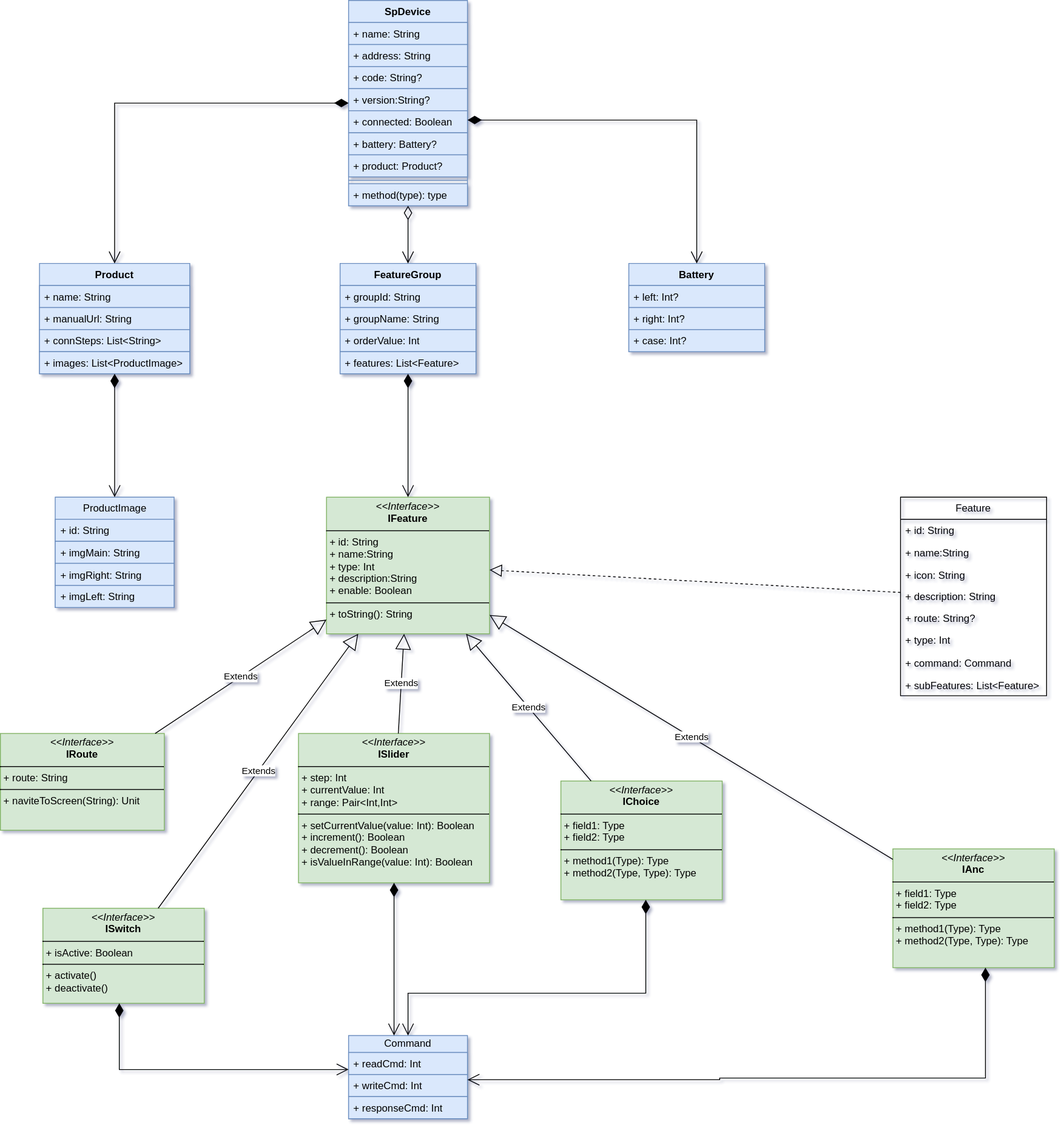
The draw.io diagram 未命名绘图.drawio.svg in kekemao00/draw-libs, before a commit. Source tidied: cells renumbered, new cells last; positions are measured from the earlier drawing's top-left corner, leaving out a move shared by most shapes.
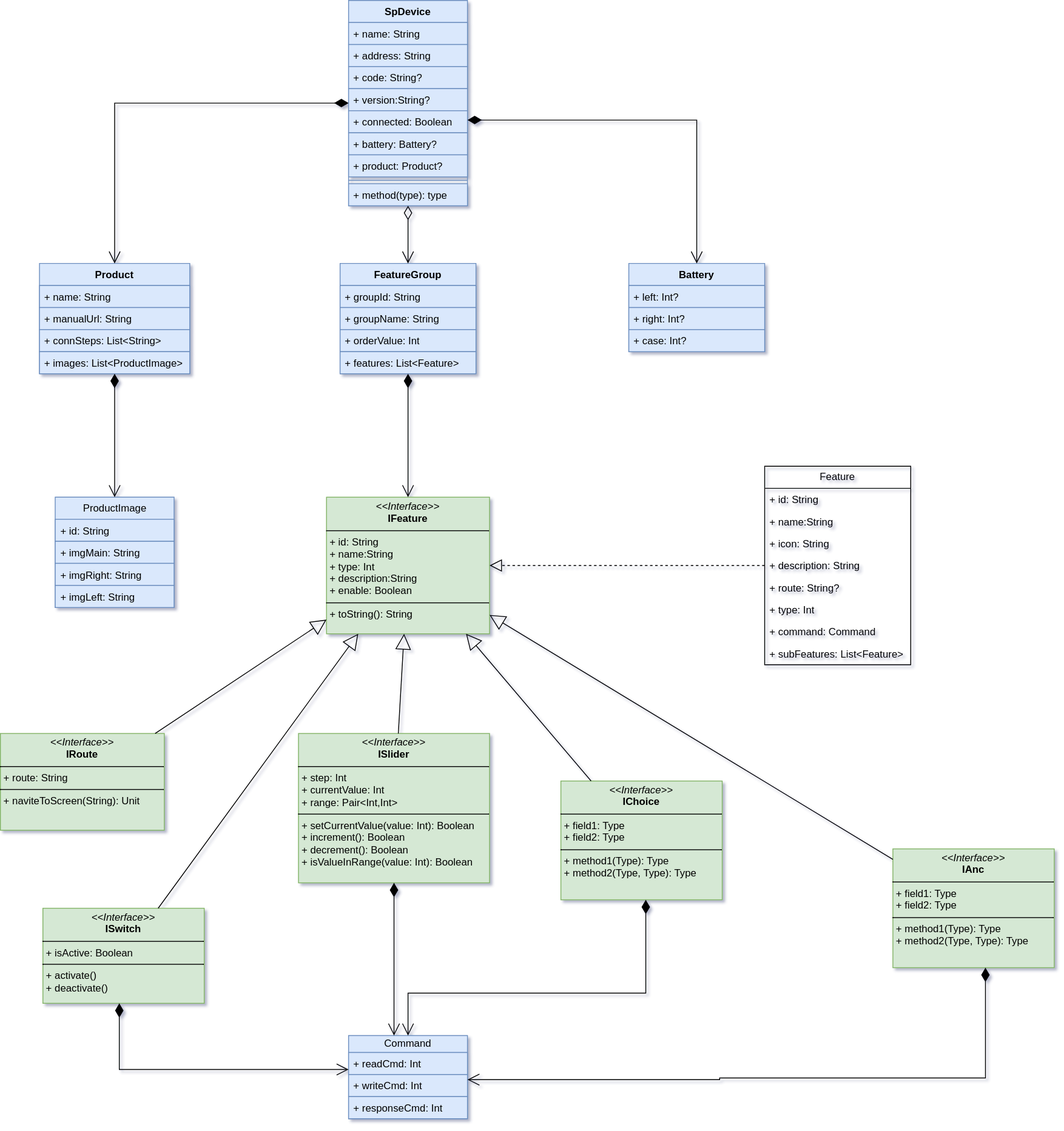
The same file after the commit.

Commit message:
更新未命名绘图.drawio.svg

Change to the diagram source:
```diff
@@ -90,7 +90,7 @@
       <mxGeometry y="104" width="160" height="26" as="geometry" />
     </mxCell>
     <mxCell id="31" value="Feature" style="swimlane;fontStyle=0;horizontal=1;startSize=26;fillColor=none;whiteSpace=wrap;html=1;" parent="1" vertex="1">
-      <mxGeometry x="1060" y="585.5" width="172" height="234" as="geometry" />
+      <mxGeometry x="900" y="549" width="172" height="234" as="geometry" />
     </mxCell>
     <mxCell id="32" value="+ id: String" style="text;strokeColor=none;fillColor=none;align=left;verticalAlign=top;spacingLeft=4;spacingRight=4;overflow=hidden;whiteSpace=wrap;html=1;" parent="31" vertex="1">
       <mxGeometry y="26" width="172" height="26" as="geometry" />
@@ -169,20 +169,20 @@
     <mxCell id="55" style="endArrow=open;html=1;endSize=12;startArrow=diamondThin;startSize=14;startFill=1;edgeStyle=orthogonalEdgeStyle;align=left;verticalAlign=bottom;rounded=0;" parent="1" edge="1" source="26" target="44">
       <mxGeometry x="-1" y="3" relative="1" as="geometry" />
     </mxCell>
-    <mxCell id="56" value="Extends" style="endArrow=block;endSize=16;endFill=0;html=1;rounded=0;" parent="1" edge="1" source="45" target="44">
+    <mxCell id="56" style="endArrow=block;endSize=16;endFill=0;html=1;rounded=0;" parent="1" edge="1" source="45" target="44">
       <mxGeometry relative="1" as="geometry" />
     </mxCell>
-    <mxCell id="57" value="Extends" style="endArrow=block;endSize=16;endFill=0;html=1;rounded=0;" parent="1" edge="1" source="49" target="44">
+    <mxCell id="57" style="endArrow=block;endSize=16;endFill=0;html=1;rounded=0;" parent="1" edge="1" source="49" target="44">
       <mxGeometry relative="1" as="geometry" />
     </mxCell>
-    <mxCell id="58" value="Extends" style="endArrow=block;endSize=16;endFill=0;html=1;rounded=0;" parent="1" edge="1" source="50" target="44">
-      <mxGeometry relative="1" as="geometry" />
+    <mxCell id="58" style="endArrow=block;endSize=16;endFill=0;html=1;rounded=0;" parent="1" edge="1" source="50" target="44">
+      <mxGeometry x="0.01" relative="1" as="geometry" />
     </mxCell>
-    <mxCell id="59" value="Extends" style="endArrow=block;endSize=16;endFill=0;html=1;rounded=0;" parent="1" edge="1" source="47" target="44">
+    <mxCell id="59" style="endArrow=block;endSize=16;endFill=0;html=1;rounded=0;" parent="1" edge="1" source="47" target="44">
       <mxGeometry relative="1" as="geometry" />
     </mxCell>
-    <mxCell id="60" value="Extends" style="endArrow=block;endSize=16;endFill=0;html=1;rounded=0;" parent="1" edge="1" source="46" target="44">
-      <mxGeometry relative="1" as="geometry" />
+    <mxCell id="60" style="endArrow=block;endSize=16;endFill=0;html=1;rounded=0;" parent="1" edge="1" source="46" target="44">
+      <mxGeometry x="-0.02" y="-8" relative="1" as="geometry" />
     </mxCell>
     <mxCell id="61" style="endArrow=open;html=1;endSize=12;startArrow=diamondThin;startSize=14;startFill=1;edgeStyle=orthogonalEdgeStyle;align=left;verticalAlign=bottom;rounded=0;" parent="1" edge="1" source="46" target="40">
       <mxGeometry x="-1" y="3" relative="1" as="geometry">
```
